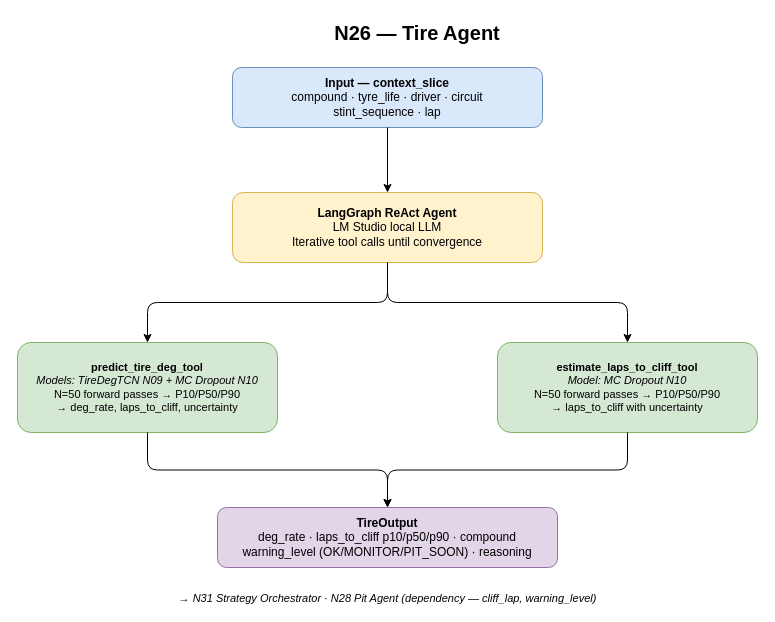
The draw.io diagram documents/dev_docs/diagrams/agents/N26_tire_agent.drawio in VforVitorio/F1-StratLab, before the edit. Source tidied: cells renumbered, new cells numbered last; positions are measured from the earlier drawing's top-left corner, leaving out a move shared by most shapes. Both pictures are drawn from the tidied source at 100%, with x=0, y=0 at pixel (17, 17).
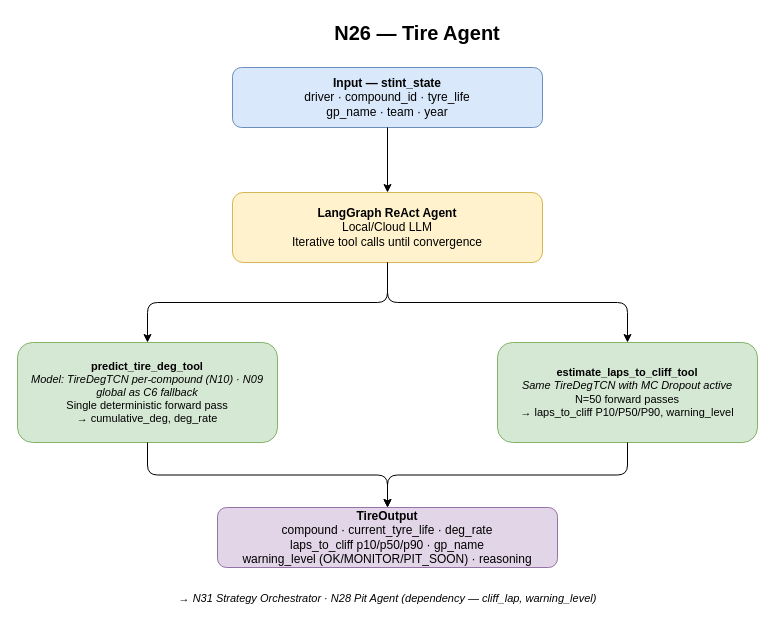
The same diagram, later.

Commit message:
updated N26 tire agent diagram

The edit, as a diff of the source:
```diff
@@
 <mxGraphModel>
   <root>
     <mxCell id="0" />
     <mxCell id="1" parent="0" />
     <mxCell id="2" value="N26 — Tire Agent" style="text;html=1;strokeColor=none;fillColor=none;align=center;verticalAlign=middle;whiteSpace=wrap;fontSize=20;fontStyle=1;" parent="1" vertex="1">
       <mxGeometry x="200" width="400" height="30" as="geometry" />
     </mxCell>
-    <mxCell id="3" value="&lt;b&gt;Input — context_slice&lt;/b&gt;&lt;br/&gt;compound · tyre_life · driver · circuit&lt;br/&gt;stint_sequence · lap" style="rounded=1;whiteSpace=wrap;html=1;fillColor=#dae8fc;strokeColor=#6c8ebf;" parent="1" vertex="1">
+    <mxCell id="3" value="&lt;b&gt;Input — stint_state&lt;/b&gt;&lt;br/&gt;driver · compound_id · tyre_life&lt;br/&gt;gp_name · team · year" style="rounded=1;whiteSpace=wrap;html=1;fillColor=#dae8fc;strokeColor=#6c8ebf;" parent="1" vertex="1">
       <mxGeometry x="215" y="50" width="310" height="60" as="geometry" />
     </mxCell>
-    <mxCell id="4" value="&lt;b&gt;LangGraph ReAct Agent&lt;/b&gt;&lt;br/&gt;LM Studio local LLM&lt;br/&gt;Iterative tool calls until convergence" style="rounded=1;whiteSpace=wrap;html=1;fillColor=#fff2cc;strokeColor=#d6b656;" parent="1" vertex="1">
+    <mxCell id="4" value="&lt;b&gt;LangGraph ReAct Agent&lt;/b&gt;&lt;br/&gt;Local/Cloud LLM&lt;br/&gt;Iterative tool calls until convergence" style="rounded=1;whiteSpace=wrap;html=1;fillColor=#fff2cc;strokeColor=#d6b656;" parent="1" vertex="1">
       <mxGeometry x="215" y="175" width="310" height="70" as="geometry" />
     </mxCell>
-    <mxCell id="5" value="&lt;b&gt;predict_tire_deg_tool&lt;/b&gt;&lt;br/&gt;&lt;i&gt;Models: TireDegTCN N09 + MC Dropout N10&lt;/i&gt;&lt;br/&gt;N=50 forward passes → P10/P50/P90&lt;br/&gt;→ deg_rate, laps_to_cliff, uncertainty" style="rounded=1;whiteSpace=wrap;html=1;fillColor=#d5e8d4;strokeColor=#82b366;fontSize=11;" parent="1" vertex="1">
-      <mxGeometry y="325" width="260" height="90" as="geometry" />
+    <mxCell id="5" value="&lt;b&gt;predict_tire_deg_tool&lt;/b&gt;&lt;br/&gt;&lt;i&gt;Model: TireDegTCN per-compound (N10) · N09 global as C6 fallback&lt;/i&gt;&lt;br/&gt;Single deterministic forward pass&lt;br/&gt;→ cumulative_deg, deg_rate" style="rounded=1;whiteSpace=wrap;html=1;fillColor=#d5e8d4;strokeColor=#82b366;fontSize=11;" parent="1" vertex="1">
+      <mxGeometry y="325" width="260" height="100" as="geometry" />
     </mxCell>
-    <mxCell id="6" value="&lt;b&gt;estimate_laps_to_cliff_tool&lt;/b&gt;&lt;br/&gt;&lt;i&gt;Model: MC Dropout N10&lt;/i&gt;&lt;br/&gt;N=50 forward passes → P10/P50/P90&lt;br/&gt;→ laps_to_cliff with uncertainty" style="rounded=1;whiteSpace=wrap;html=1;fillColor=#d5e8d4;strokeColor=#82b366;fontSize=11;" parent="1" vertex="1">
-      <mxGeometry x="480" y="325" width="260" height="90" as="geometry" />
+    <mxCell id="6" value="&lt;b&gt;estimate_laps_to_cliff_tool&lt;/b&gt;&lt;br/&gt;&lt;i&gt;Same TireDegTCN with MC Dropout active&lt;/i&gt;&lt;br/&gt;N=50 forward passes&lt;br/&gt;→ laps_to_cliff P10/P50/P90, warning_level" style="rounded=1;whiteSpace=wrap;html=1;fillColor=#d5e8d4;strokeColor=#82b366;fontSize=11;" parent="1" vertex="1">
+      <mxGeometry x="480" y="325" width="260" height="100" as="geometry" />
     </mxCell>
-    <mxCell id="7" value="&lt;b&gt;TireOutput&lt;/b&gt;&lt;br/&gt;deg_rate · laps_to_cliff p10/p50/p90 · compound&lt;br/&gt;warning_level (OK/MONITOR/PIT_SOON) · reasoning" style="rounded=1;whiteSpace=wrap;html=1;fillColor=#e1d5e7;strokeColor=#9673a6;" parent="1" vertex="1">
+    <mxCell id="7" value="&lt;b&gt;TireOutput&lt;/b&gt;&lt;br/&gt;compound · current_tyre_life · deg_rate&lt;br/&gt;laps_to_cliff p10/p50/p90 · gp_name&lt;br/&gt;warning_level (OK/MONITOR/PIT_SOON) · reasoning" style="rounded=1;whiteSpace=wrap;html=1;fillColor=#e1d5e7;strokeColor=#9673a6;" parent="1" vertex="1">
       <mxGeometry x="200" y="490" width="340" height="60" as="geometry" />
     </mxCell>
     <mxCell id="8" value="→ N31 Strategy Orchestrator · N28 Pit Agent (dependency — cliff_lap, warning_level)" style="text;html=1;strokeColor=none;fillColor=none;align=center;fontStyle=2;fontSize=11;" parent="1" vertex="1">
       <mxGeometry x="100" y="568" width="540" height="20" as="geometry" />
     </mxCell>
     <mxCell id="9" style="edgeStyle=orthogonalEdgeStyle;" parent="1" edge="1" source="3" target="4">
       <mxGeometry relative="1" as="geometry" />
     </mxCell>
     <mxCell id="10" style="edgeStyle=orthogonalEdgeStyle;" parent="1" edge="1" source="4" target="5">
       <mxGeometry relative="1" as="geometry" />
     </mxCell>
     <mxCell id="11" style="edgeStyle=orthogonalEdgeStyle;" parent="1" edge="1" source="4" target="6">
       <mxGeometry relative="1" as="geometry" />
     </mxCell>
     <mxCell id="12" style="edgeStyle=orthogonalEdgeStyle;" parent="1" edge="1" source="5" target="7">
       <mxGeometry relative="1" as="geometry" />
     </mxCell>
     <mxCell id="13" style="edgeStyle=orthogonalEdgeStyle;" parent="1" edge="1" source="6" target="7">
       <mxGeometry relative="1" as="geometry" />
     </mxCell>
   </root>
 </mxGraphModel>
```
